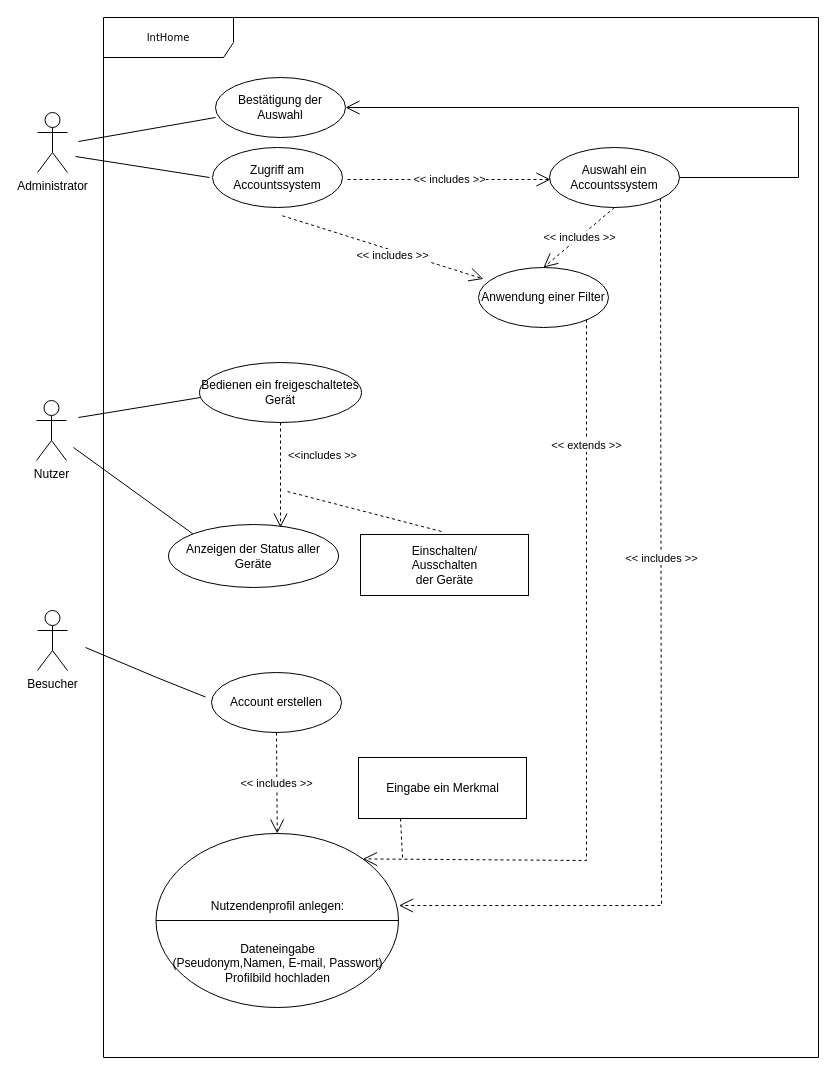
Before: Unbenanntes Diagramm.drawio in DaBaivvi/github-slideshow, a draw.io diagram. Source tidied: cells renumbered, new cells numbered last; positions are measured from the earlier drawing's top-left corner, leaving out a move shared by most shapes. Both pictures are drawn from the tidied source at 100%, with x=0, y=0 at pixel (36, 17).
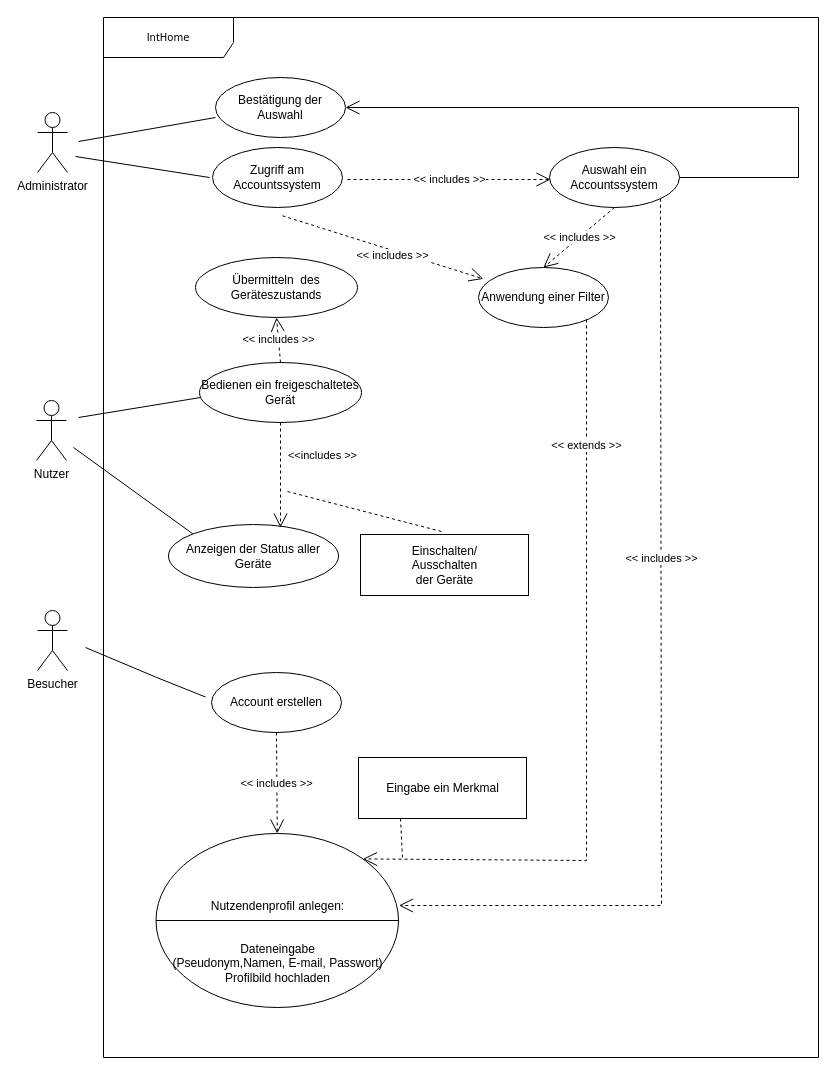
Above is the later version.

Unchanged cells that the change refers to:
```xml
<mxCell id="22" value="Bedienen ein freigeschaltetes Gerät" style="ellipse;whiteSpace=wrap;html=1;" parent="1" vertex="1">
  <mxGeometry x="163" y="345" width="162" height="60" as="geometry" />
</mxCell>
```

Diff of the diagram source:
```diff
@@
+    <mxCell id="41" value="Übermitteln &amp;nbsp;des Geräteszustands" style="ellipse;whiteSpace=wrap;html=1;" parent="1" vertex="1">
+      <mxGeometry x="159" y="240" width="162" height="60" as="geometry" />
+    </mxCell>
+    <mxCell id="42" value="&amp;lt;&amp;lt; includes &amp;gt;&amp;gt;" style="endArrow=open;endSize=12;dashed=1;html=1;rounded=0;entryX=0.5;entryY=1;entryDx=0;entryDy=0;exitX=0.5;exitY=0;exitDx=0;exitDy=0;" parent="1" edge="1" source="22" target="41">
+      <mxGeometry relative="1" as="geometry" />
+    </mxCell>
```
